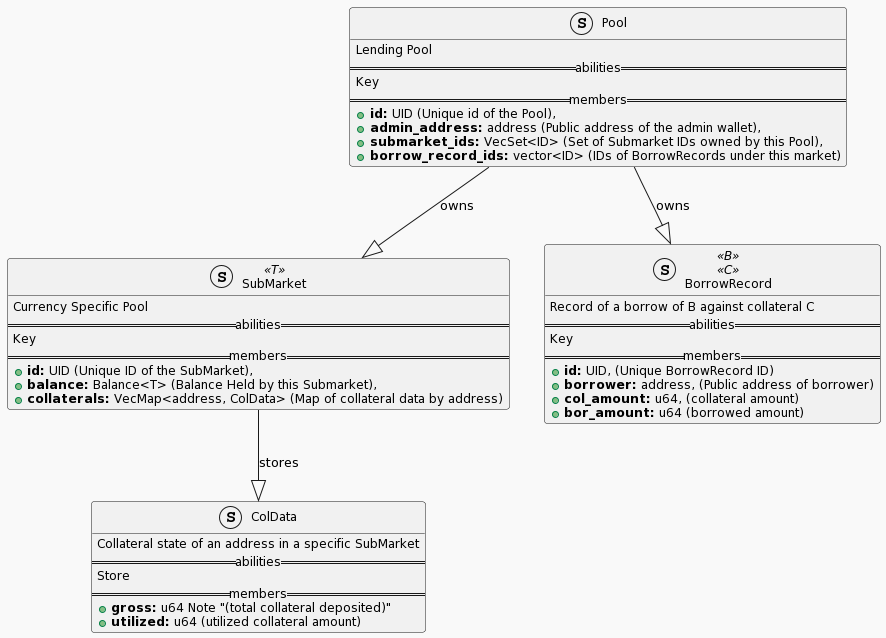
Earlier version of the PlantUML export assets/class_diagram.png (MoveDapps/Bank). The source it was exported from:
```plantuml
@startuml
!theme mars
skinparam classFontName Courier New
skinparam classFontSize 12
struct Pool {
    Lending Pool
    ==abilities==
    Key
    ==members==
    +<b>id:</b> UID (Unique id of the Pool),
    +<b>admin_address:</b> address (Public address of the admin wallet),
    +<b>submarket_ids:</b> VecSet<ID> (Set of Submarket IDs owned by this Pool),
    +<b>borrow_record_ids:</b> vector<ID> (IDs of BorrowRecords under this market)
}


struct SubMarket <<T>> {
    Currency Specific Pool
    ==abilities==
    Key
    ==members==
    +<b>id:</b> UID (Unique ID of the SubMarket),
    +<b>balance:</b> Balance<T> (Balance Held by this Submarket),
    +<b>collaterals:</b> VecMap<address, ColData> (Map of collateral data by address)
}

struct ColData {
    Collateral state of an address in a specific SubMarket
    ==abilities==
    Store
    ==members==
    +<b>gross:</b> u64 Note "(total collateral deposited)"
    +<b>utilized:</b> u64 (utilized collateral amount)
}

struct BorrowRecord <<B>> <<C>> {
    Record of a borrow of B against collateral C
    ==abilities==
    Key
    ==members==
    +<b>id:</b> UID, (Unique BorrowRecord ID)
    +<b>borrower:</b> address, (Public address of borrower)
    +<b>col_amount:</b> u64, (collateral amount)
    +<b>bor_amount:</b> u64 (borrowed amount)
}

Pool --|> BorrowRecord : owns
Pool --|> SubMarket : owns
SubMarket --|> ColData : stores
@enduml
```
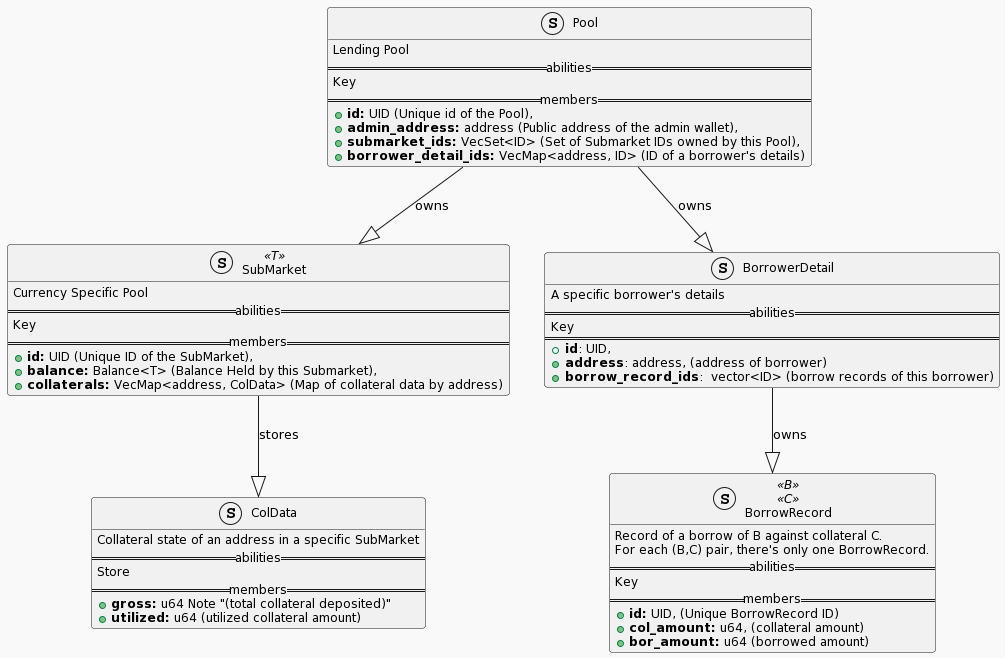
The same file after the commit.

Commit message:
update diagram to new design

What changed in the source:
```diff
@@ -10,9 +10,8 @@
     +<b>id:</b> UID (Unique id of the Pool),
     +<b>admin_address:</b> address (Public address of the admin wallet),
     +<b>submarket_ids:</b> VecSet<ID> (Set of Submarket IDs owned by this Pool),
-    +<b>borrow_record_ids:</b> vector<ID> (IDs of BorrowRecords under this market)
+    +<b>borrower_detail_ids:</b> VecMap<address, ID> (ID of a borrower's details)
 }
-
 
 struct SubMarket <<T>> {
     Currency Specific Pool
@@ -33,18 +32,29 @@
     +<b>utilized:</b> u64 (utilized collateral amount)
 }
 
+struct BorrowerDetail {
+    A specific borrower's details
+    ==abilities==
+    Key
+    ==
+    +<b>id</b>: UID,
+    +<b>address</b>: address, (address of borrower)
+    +<b>borrow_record_ids</b>:  vector<ID> (borrow records of this borrower)
+}
+
 struct BorrowRecord <<B>> <<C>> {
-    Record of a borrow of B against collateral C
+    Record of a borrow of B against collateral C.
+    For each (B,C) pair, there's only one BorrowRecord.
     ==abilities==
     Key
     ==members==
     +<b>id:</b> UID, (Unique BorrowRecord ID)
-    +<b>borrower:</b> address, (Public address of borrower)
     +<b>col_amount:</b> u64, (collateral amount)
     +<b>bor_amount:</b> u64 (borrowed amount)
 }
 
-Pool --|> BorrowRecord : owns
+Pool --|> BorrowerDetail : owns
+BorrowerDetail --|> BorrowRecord : owns
 Pool --|> SubMarket : owns
 SubMarket --|> ColData : stores
 @enduml
```
